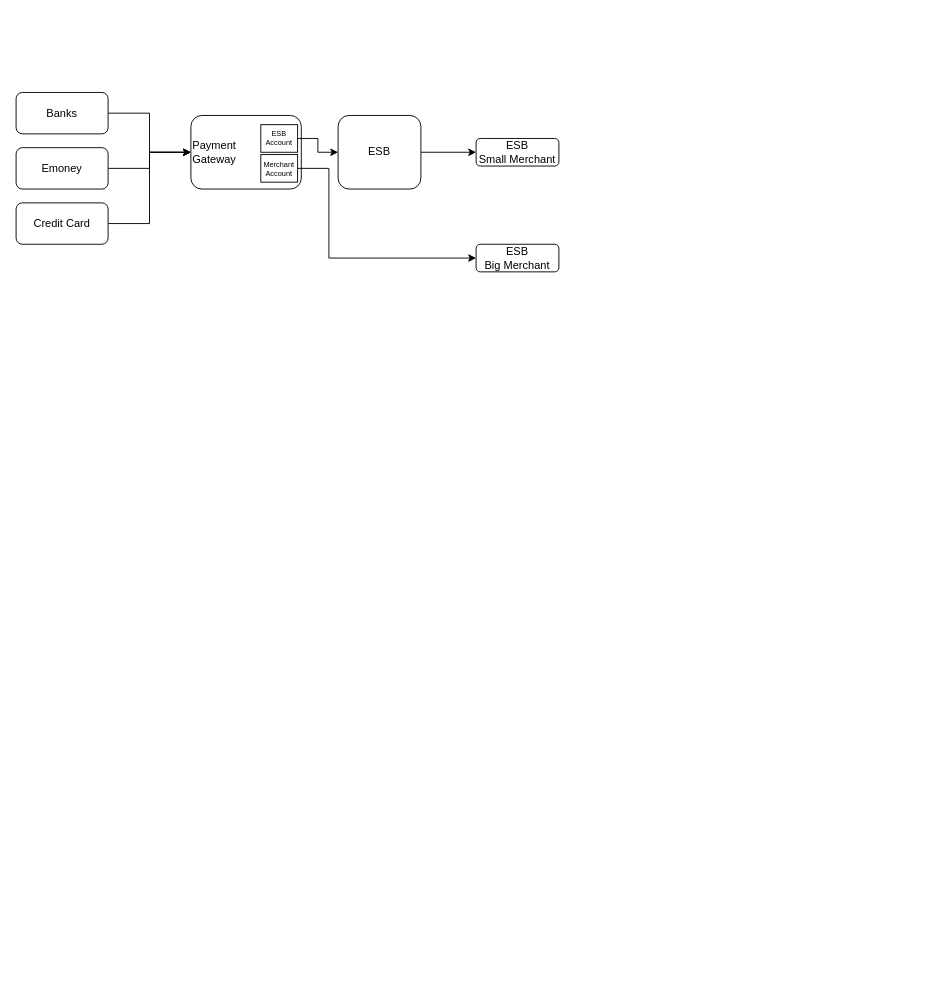
Above: ESB_flow.drawio in stephendaniel31/draw.io (draw.io), before the change. Source tidied: cells renumbered, new cells numbered last; positions are measured from the earlier drawing's top-left corner, leaving out a move shared by most shapes. Both pictures are drawn from the tidied source at 92%, with x=0, y=0 at pixel (16, 92).
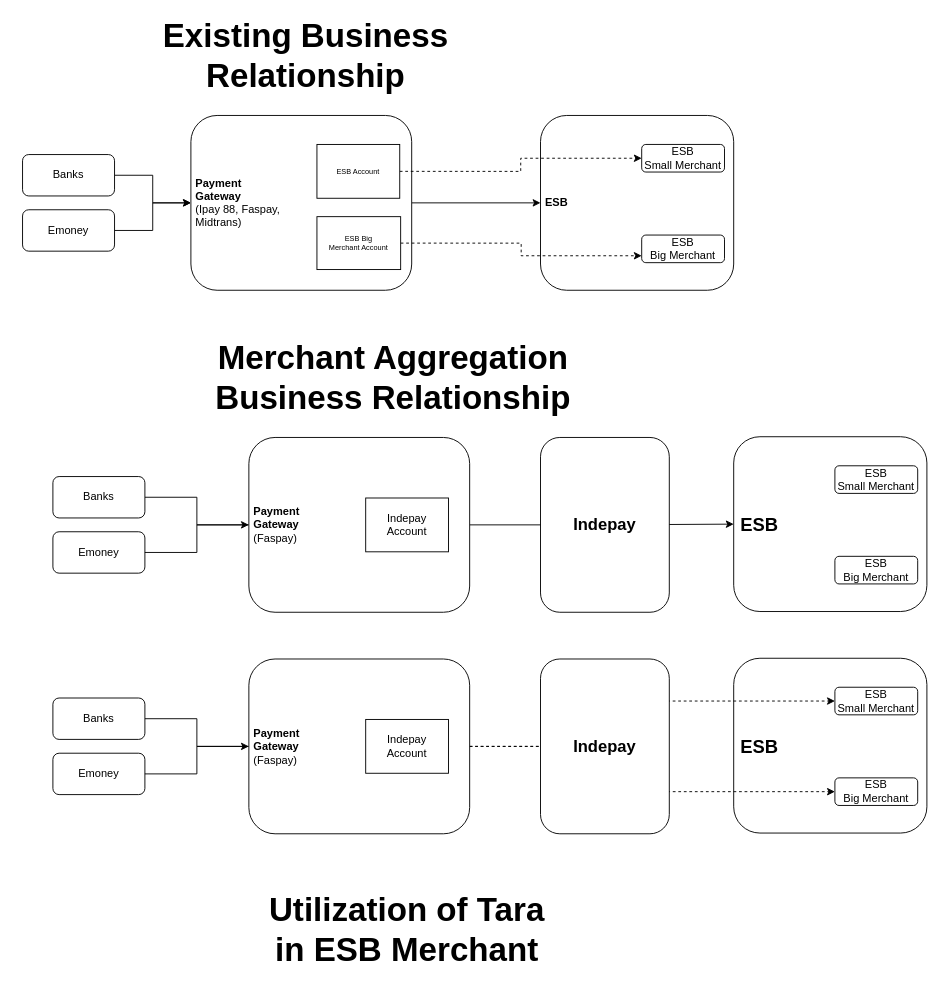
The same page after the edit.

The edit, as a diff of the source:
```diff
@@
+    <mxCell id="17" value="&lt;b style=&quot;font-size: 20px;&quot;&gt;&lt;span style=&quot;white-space: pre; font-size: 20px;&quot;&gt; &lt;/span&gt;ESB&lt;/b&gt;" style="rounded=1;whiteSpace=wrap;html=1;align=left;fontSize=20;" parent="1" vertex="1">
+      <mxGeometry x="780" y="615" width="210" height="190" as="geometry" />
+    </mxCell>
+    <mxCell id="18" value="ESB&lt;br&gt;Small Merchant" style="rounded=1;whiteSpace=wrap;html=1;" parent="1" vertex="1">
+      <mxGeometry x="890" y="646.5" width="90" height="30" as="geometry" />
+    </mxCell>
+    <mxCell id="19" value="ESB&lt;br&gt;Big Merchant" style="rounded=1;whiteSpace=wrap;html=1;" parent="1" vertex="1">
+      <mxGeometry x="890" y="745" width="90" height="30" as="geometry" />
+    </mxCell>
@@
     <mxCell id="3" value="Banks" style="rounded=1;whiteSpace=wrap;html=1;" parent="1" vertex="1">
-      <mxGeometry width="100" height="45" as="geometry" />
+      <mxGeometry x="7" y="67.5" width="100" height="45" as="geometry" />
     </mxCell>
+    <mxCell id="20" style="edgeStyle=orthogonalEdgeStyle;rounded=0;jettySize=auto;html=1;exitX=1;exitY=0.5;exitDx=0;exitDy=0;entryX=0;entryY=0.5;entryDx=0;entryDy=0;fontSize=9;" parent="1" edge="1" source="4" target="6">
+      <mxGeometry relative="1" as="geometry" />
+    </mxCell>
-    <mxCell id="4" value="Payment&lt;br&gt;Gateway" style="rounded=1;whiteSpace=wrap;html=1;align=left;" parent="1" vertex="1">
-      <mxGeometry x="190" y="25" width="120" height="80" as="geometry" />
+    <mxCell id="4" value="&lt;span style=&quot;font-weight: bold ; white-space: pre&quot;&gt; &lt;/span&gt;&lt;b&gt;Payment&lt;/b&gt;&lt;br&gt;&lt;span style=&quot;font-weight: bold ; white-space: pre&quot;&gt; &lt;/span&gt;&lt;b&gt;Gateway&lt;/b&gt;&lt;br&gt;&lt;div&gt;&lt;span style=&quot;white-space: pre&quot;&gt; &lt;/span&gt;&lt;span&gt;(Ipay 88, Faspay,&lt;/span&gt;&lt;/div&gt;&lt;div&gt;&lt;span&gt;&lt;span style=&quot;white-space: pre&quot;&gt; &lt;/span&gt;Midtrans)&lt;/span&gt;&lt;/div&gt;" style="rounded=1;whiteSpace=wrap;html=1;align=left;" parent="1" vertex="1">
+      <mxGeometry x="190" y="25" width="240" height="190" as="geometry" />
     </mxCell>
-    <mxCell id="5" style="edgeStyle=orthogonalEdgeStyle;rounded=0;jettySize=auto;html=1;exitX=1;exitY=0.5;exitDx=0;exitDy=0;fontSize=8;" parent="1" edge="1" source="6" target="7">
-      <mxGeometry relative="1" as="geometry" />
-    </mxCell>
-    <mxCell id="6" value="ESB" style="rounded=1;whiteSpace=wrap;html=1;" parent="1" vertex="1">
-      <mxGeometry x="350" y="25" width="90" height="80" as="geometry" />
+    <mxCell id="6" value="&lt;b&gt;&lt;span style=&quot;white-space: pre&quot;&gt; &lt;/span&gt;ESB&lt;/b&gt;" style="rounded=1;whiteSpace=wrap;html=1;align=left;" parent="1" vertex="1">
+      <mxGeometry x="570" y="25" width="210" height="190" as="geometry" />
     </mxCell>
     <mxCell id="7" value="ESB&lt;br&gt;Small Merchant" style="rounded=1;whiteSpace=wrap;html=1;" parent="1" vertex="1">
-      <mxGeometry x="500" y="50" width="90" height="30" as="geometry" />
+      <mxGeometry x="680" y="56.5" width="90" height="30" as="geometry" />
     </mxCell>
     <mxCell id="8" value="ESB&lt;br&gt;Big Merchant" style="rounded=1;whiteSpace=wrap;html=1;" parent="1" vertex="1">
-      <mxGeometry x="500" y="165" width="90" height="30" as="geometry" />
+      <mxGeometry x="680" y="155" width="90" height="30" as="geometry" />
     </mxCell>
@@
     <mxCell id="10" value="Emoney" style="rounded=1;whiteSpace=wrap;html=1;" parent="1" vertex="1">
-      <mxGeometry y="60" width="100" height="45" as="geometry" />
+      <mxGeometry x="7" y="127.5" width="100" height="45" as="geometry" />
     </mxCell>
-    <mxCell id="11" style="edgeStyle=orthogonalEdgeStyle;rounded=0;jettySize=auto;html=1;exitX=1;exitY=0.5;exitDx=0;exitDy=0;entryX=0;entryY=0.5;entryDx=0;entryDy=0;" parent="1" edge="1" source="12" target="4">
-      <mxGeometry relative="1" as="geometry" />
-    </mxCell>
-    <mxCell id="12" value="Credit Card" style="rounded=1;whiteSpace=wrap;html=1;" parent="1" vertex="1">
-      <mxGeometry y="120" width="100" height="45" as="geometry" />
-    </mxCell>
-    <mxCell id="13" style="edgeStyle=orthogonalEdgeStyle;rounded=0;jettySize=auto;html=1;exitX=1;exitY=0.5;exitDx=0;exitDy=0;fontSize=8;" parent="1" edge="1" source="14" target="6">
-      <mxGeometry relative="1" as="geometry" />
-    </mxCell>
+    <mxCell id="21" style="edgeStyle=orthogonalEdgeStyle;rounded=0;jettySize=auto;html=1;exitX=1;exitY=0.5;exitDx=0;exitDy=0;fontSize=9;dashed=1;" parent="1" edge="1" source="14" target="7">
+      <mxGeometry relative="1" as="geometry" />
+    </mxCell>
     <mxCell id="14" value="ESB Account" style="rounded=0;whiteSpace=wrap;html=1;fontSize=8;" parent="1" vertex="1">
-      <mxGeometry x="266" y="35" width="40" height="30" as="geometry" />
+      <mxGeometry x="327" y="56.5" width="90" height="58.5" as="geometry" />
     </mxCell>
-    <mxCell id="15" style="edgeStyle=orthogonalEdgeStyle;rounded=0;jettySize=auto;html=1;exitX=1;exitY=0.5;exitDx=0;exitDy=0;entryX=0;entryY=0.5;entryDx=0;entryDy=0;fontSize=8;" parent="1" edge="1" source="16" target="8">
-      <mxGeometry relative="1" as="geometry">
-        <Array as="points">
-          <mxPoint x="340" y="83" />
-          <mxPoint x="340" y="180" />
-        </Array>
-      </mxGeometry>
+    <mxCell id="15" style="edgeStyle=orthogonalEdgeStyle;rounded=0;jettySize=auto;html=1;exitX=1;exitY=0.5;exitDx=0;exitDy=0;entryX=0;entryY=0.75;entryDx=0;entryDy=0;fontSize=9;dashed=1;" parent="1" edge="1" source="16" target="8">
+      <mxGeometry relative="1" as="geometry" />
     </mxCell>
-    <mxCell id="16" value="Merchant Account" style="rounded=0;whiteSpace=wrap;html=1;fontSize=8;" parent="1" vertex="1">
-      <mxGeometry x="266" y="67.5" width="40" height="30" as="geometry" />
+    <mxCell id="16" value="ESB Big&lt;br&gt;Merchant Account" style="rounded=0;whiteSpace=wrap;html=1;fontSize=8;" parent="1" vertex="1">
+      <mxGeometry x="327" y="135" width="91" height="57.5" as="geometry" />
     </mxCell>
+    <mxCell id="22" value="Existing Business Relationship" style="text;html=1;strokeColor=none;fillColor=none;align=center;verticalAlign=middle;whiteSpace=wrap;rounded=0;fontSize=36;fontStyle=1;" parent="1" vertex="1">
+      <mxGeometry x="150" y="-55" width="330" height="30" as="geometry" />
+    </mxCell>
+    <mxCell id="23" value="Merchant Aggregation&lt;br&gt;Business Relationship" style="text;html=1;strokeColor=none;fillColor=none;align=center;verticalAlign=middle;whiteSpace=wrap;rounded=0;fontSize=36;fontStyle=1;" parent="1" vertex="1">
+      <mxGeometry x="120" y="295" width="580" height="30" as="geometry" />
+    </mxCell>
+    <mxCell id="24" style="edgeStyle=orthogonalEdgeStyle;rounded=0;jettySize=auto;html=1;exitX=1;exitY=0.5;exitDx=0;exitDy=0;" parent="1" edge="1" source="25" target="29">
+      <mxGeometry relative="1" as="geometry" />
+    </mxCell>
+    <mxCell id="25" value="Banks" style="rounded=1;whiteSpace=wrap;html=1;" parent="1" vertex="1">
+      <mxGeometry x="40" y="417.5" width="100" height="45" as="geometry" />
+    </mxCell>
+    <mxCell id="26" value="Emoney" style="rounded=1;whiteSpace=wrap;html=1;" parent="1" vertex="1">
+      <mxGeometry x="40" y="477.5" width="100" height="45" as="geometry" />
+    </mxCell>
+    <mxCell id="27" style="edgeStyle=orthogonalEdgeStyle;rounded=0;jettySize=auto;html=1;exitX=1;exitY=0.5;exitDx=0;exitDy=0;entryX=0;entryY=0.5;entryDx=0;entryDy=0;endArrow=none;" parent="1" edge="1" source="26" target="29">
+      <mxGeometry relative="1" as="geometry" />
+    </mxCell>
+    <mxCell id="28" style="edgeStyle=orthogonalEdgeStyle;rounded=0;jettySize=auto;html=1;exitX=1;exitY=0.5;exitDx=0;exitDy=0;entryX=0;entryY=0.5;entryDx=0;entryDy=0;fontSize=9;" parent="1" edge="1" source="29" target="30">
+      <mxGeometry relative="1" as="geometry" />
+    </mxCell>
+    <mxCell id="29" value="&lt;span style=&quot;font-weight: bold ; white-space: pre&quot;&gt; &lt;/span&gt;&lt;b&gt;Payment&lt;/b&gt;&lt;br&gt;&lt;span style=&quot;font-weight: bold ; white-space: pre&quot;&gt; &lt;/span&gt;&lt;b&gt;Gateway&lt;/b&gt;&lt;br&gt;&lt;div&gt;&lt;span style=&quot;white-space: pre&quot;&gt; &lt;/span&gt;&lt;span&gt;(Faspay&lt;/span&gt;&lt;span&gt;)&lt;/span&gt;&lt;/div&gt;" style="rounded=1;whiteSpace=wrap;html=1;align=left;" parent="1" vertex="1">
+      <mxGeometry x="253" y="375" width="240" height="190" as="geometry" />
+    </mxCell>
+    <mxCell id="30" value="&lt;b style=&quot;font-size: 20px;&quot;&gt;&lt;span style=&quot;white-space: pre; font-size: 20px;&quot;&gt; &lt;/span&gt;ESB&lt;/b&gt;" style="rounded=1;whiteSpace=wrap;html=1;align=left;fontSize=20;" parent="1" vertex="1">
+      <mxGeometry x="780" y="374.2" width="210" height="190" as="geometry" />
+    </mxCell>
+    <mxCell id="31" value="ESB&lt;br&gt;Small Merchant" style="rounded=1;whiteSpace=wrap;html=1;" parent="1" vertex="1">
+      <mxGeometry x="890" y="405.8" width="90" height="30" as="geometry" />
+    </mxCell>
+    <mxCell id="32" value="ESB&lt;br&gt;Big Merchant" style="rounded=1;whiteSpace=wrap;html=1;" parent="1" vertex="1">
+      <mxGeometry x="890" y="504.2" width="90" height="30" as="geometry" />
+    </mxCell>
+    <mxCell id="33" value="Indepay Account" style="rounded=0;whiteSpace=wrap;html=1;fontSize=12;" parent="1" vertex="1">
+      <mxGeometry x="380" y="440.8" width="90" height="58.5" as="geometry" />
+    </mxCell>
+    <mxCell id="34" value="Indepay" style="rounded=1;whiteSpace=wrap;html=1;fontSize=18;fontStyle=1;" parent="1" vertex="1">
+      <mxGeometry x="570" y="375" width="140" height="190" as="geometry" />
+    </mxCell>
+    <mxCell id="35" style="edgeStyle=orthogonalEdgeStyle;rounded=0;jettySize=auto;html=1;exitX=1;exitY=0.5;exitDx=0;exitDy=0;" parent="1" edge="1" source="36" target="41">
+      <mxGeometry relative="1" as="geometry" />
+    </mxCell>
+    <mxCell id="36" value="Banks" style="rounded=1;whiteSpace=wrap;html=1;" parent="1" vertex="1">
+      <mxGeometry x="40" y="658.2" width="100" height="45" as="geometry" />
+    </mxCell>
+    <mxCell id="37" value="Emoney" style="rounded=1;whiteSpace=wrap;html=1;" parent="1" vertex="1">
+      <mxGeometry x="40" y="718.2" width="100" height="45" as="geometry" />
+    </mxCell>
+    <mxCell id="38" style="edgeStyle=orthogonalEdgeStyle;rounded=0;jettySize=auto;html=1;exitX=1;exitY=0.5;exitDx=0;exitDy=0;entryX=0;entryY=0.5;entryDx=0;entryDy=0;endArrow=none;" parent="1" edge="1" source="37" target="41">
+      <mxGeometry relative="1" as="geometry" />
+    </mxCell>
+    <mxCell id="39" style="edgeStyle=orthogonalEdgeStyle;rounded=0;jettySize=auto;html=1;exitX=1;exitY=0.5;exitDx=0;exitDy=0;fontSize=9;dashed=1;" parent="1" edge="1" source="41" target="18">
+      <mxGeometry relative="1" as="geometry" />
+    </mxCell>
+    <mxCell id="40" style="edgeStyle=orthogonalEdgeStyle;rounded=0;jettySize=auto;html=1;exitX=1;exitY=0.5;exitDx=0;exitDy=0;dashed=1;fontSize=9;" parent="1" edge="1" source="41" target="19">
+      <mxGeometry relative="1" as="geometry" />
+    </mxCell>
+    <mxCell id="41" value="&lt;span style=&quot;font-weight: bold ; white-space: pre&quot;&gt; &lt;/span&gt;&lt;b&gt;Payment&lt;/b&gt;&lt;br&gt;&lt;span style=&quot;font-weight: bold ; white-space: pre&quot;&gt; &lt;/span&gt;&lt;b&gt;Gateway&lt;/b&gt;&lt;br&gt;&lt;div&gt;&lt;span style=&quot;white-space: pre&quot;&gt; &lt;/span&gt;&lt;span&gt;(Faspay&lt;/span&gt;&lt;span&gt;)&lt;/span&gt;&lt;/div&gt;" style="rounded=1;whiteSpace=wrap;html=1;align=left;" parent="1" vertex="1">
+      <mxGeometry x="253" y="615.8" width="240" height="190" as="geometry" />
+    </mxCell>
+    <mxCell id="42" value="Indepay Account" style="rounded=0;whiteSpace=wrap;html=1;fontSize=12;" parent="1" vertex="1">
+      <mxGeometry x="380" y="681.5" width="90" height="58.5" as="geometry" />
+    </mxCell>
+    <mxCell id="43" value="Indepay" style="rounded=1;whiteSpace=wrap;html=1;fontSize=18;fontStyle=1;" parent="1" vertex="1">
+      <mxGeometry x="570" y="615.8" width="140" height="190" as="geometry" />
+    </mxCell>
+    <mxCell id="44" value="Utilization of Tara&lt;br&gt;in ESB Merchant" style="text;html=1;strokeColor=none;fillColor=none;align=center;verticalAlign=middle;whiteSpace=wrap;rounded=0;fontSize=36;fontStyle=1;" parent="1" vertex="1">
+      <mxGeometry x="135" y="895" width="580" height="30" as="geometry" />
+    </mxCell>
```
